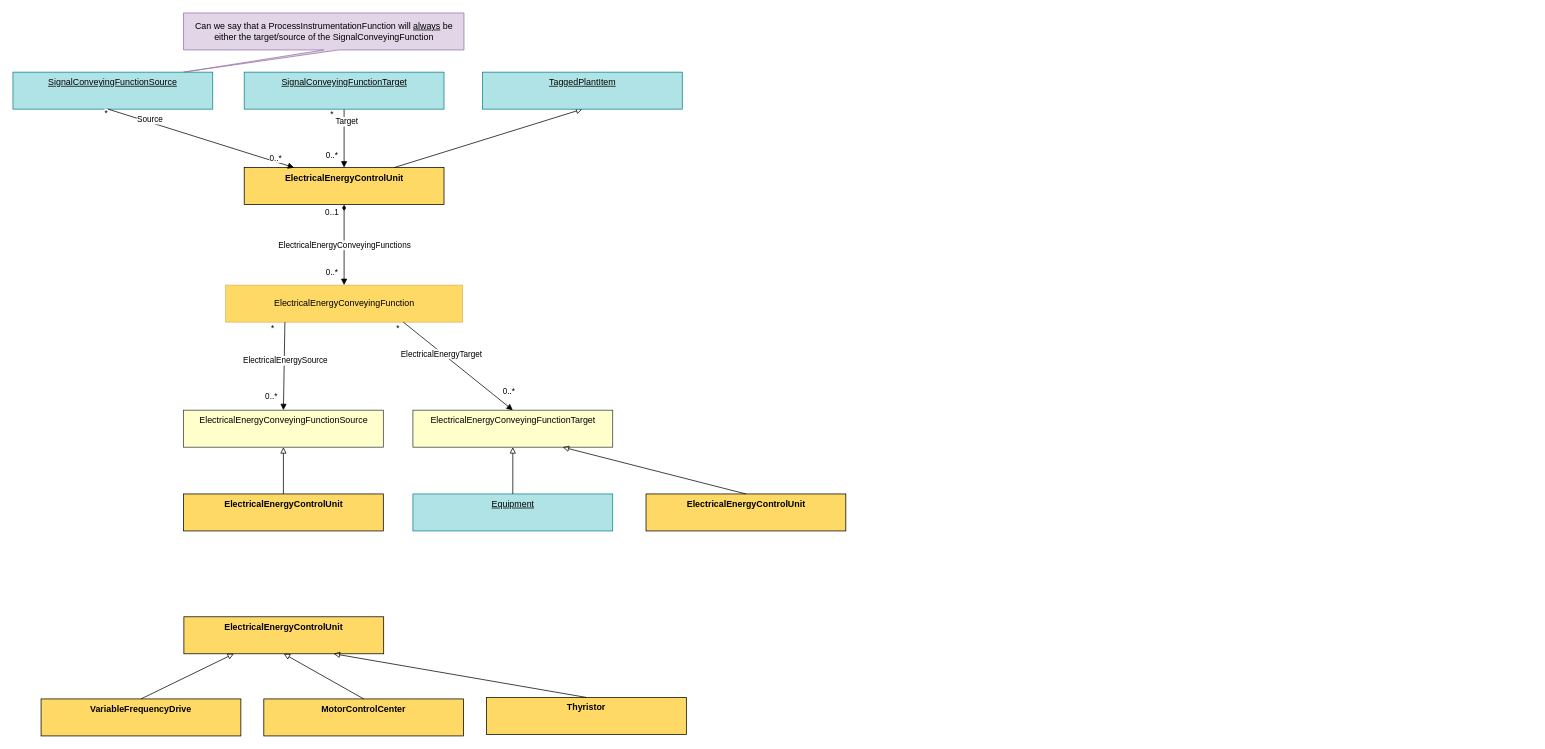
This is page "PowerConveyingFunction" (2 of 2) of ContinuationProject/ContentTeam/ElectricalLineType.drawio from ToniaPedersen/DISCDEXPI, a draw.io file, before an edit. Source tidied: cells renumbered, new cells numbered last; positions are measured from the earlier drawing's top-left corner, leaving out a move shared by most shapes. Both pictures are drawn from the tidied source at 74%, with x=0, y=0 at pixel (13, 13).
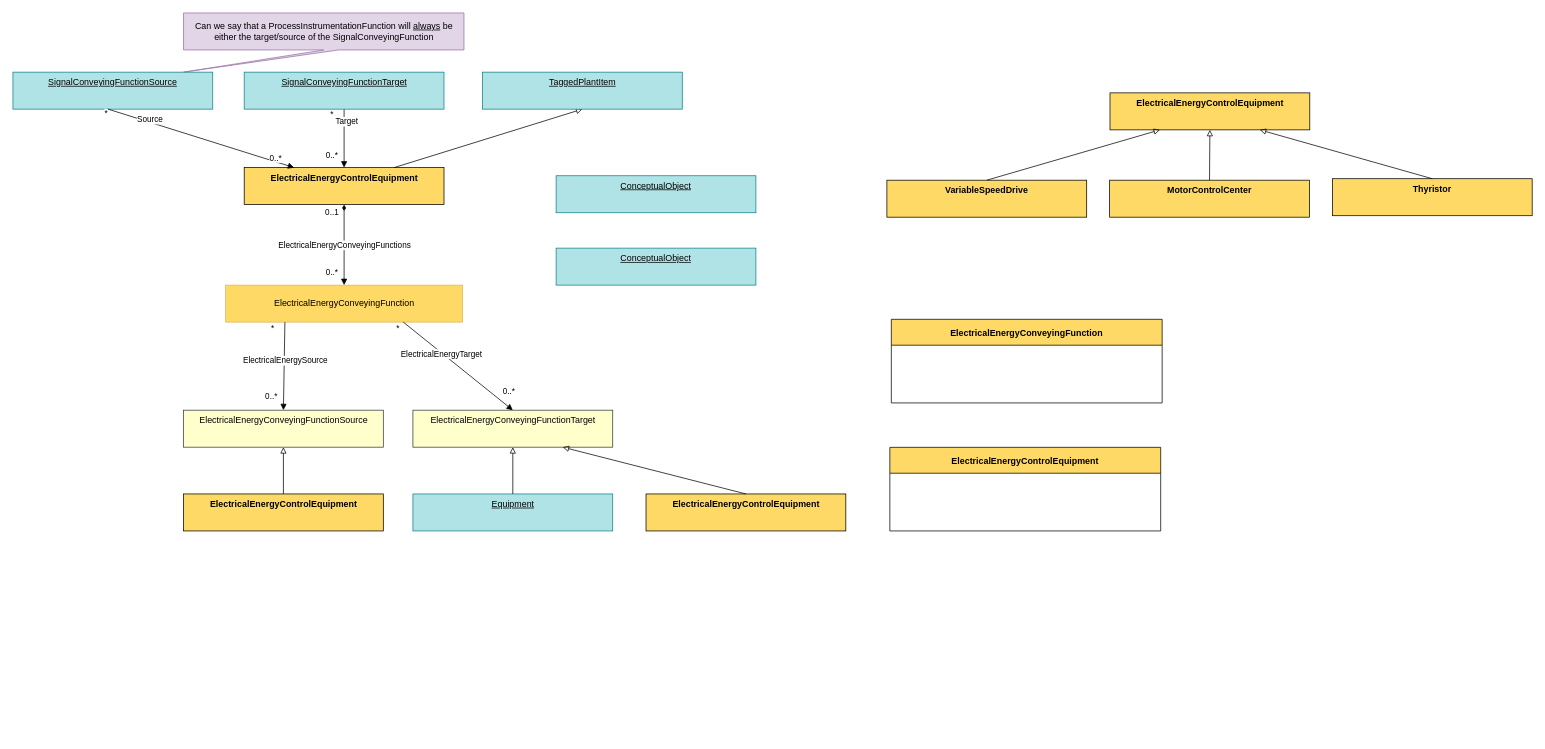
The same diagram, later.

The edit, as a diff of the source:
```diff
@@
-    <mxCell id="6" value="&lt;strong&gt;ElectricalEnergyControlUnit&lt;/strong&gt;" style="rounded=0;whiteSpace=wrap;html=1;fillColor=#FFD966;strokeColor=#000000;verticalAlign=top;" parent="1" vertex="1">
+    <mxCell id="6" value="&lt;strong style=&quot;border-color: var(--border-color);&quot;&gt;ElectricalEnergyControlEquipment&lt;/strong&gt;" style="rounded=0;whiteSpace=wrap;html=1;fillColor=#FFD966;strokeColor=#000000;verticalAlign=top;" parent="1" vertex="1">
       <mxGeometry x="312.5" y="209" width="270" height="50" as="geometry" />
     </mxCell>
@@
-    <mxCell id="19" value="&lt;strong style=&quot;border-color: var(--border-color);&quot;&gt;ElectricalEnergyControlUnit&lt;/strong&gt;" style="rounded=0;whiteSpace=wrap;html=1;fillColor=#FFD966;strokeColor=#000000;verticalAlign=top;" parent="1" vertex="1">
+    <mxCell id="19" value="&lt;strong style=&quot;border-color: var(--border-color);&quot;&gt;ElectricalEnergyControlEquipment&lt;/strong&gt;" style="rounded=0;whiteSpace=wrap;html=1;fillColor=#FFD966;strokeColor=#000000;verticalAlign=top;" parent="1" vertex="1">
       <mxGeometry x="230.5" y="650" width="270" height="50" as="geometry" />
     </mxCell>
@@
-    <mxCell id="23" value="&lt;strong style=&quot;border-color: var(--border-color);&quot;&gt;ElectricalEnergyControlUnit&lt;/strong&gt;" style="rounded=0;whiteSpace=wrap;html=1;fillColor=#FFD966;strokeColor=#000000;verticalAlign=top;" parent="1" vertex="1">
+    <mxCell id="23" value="&lt;strong style=&quot;border-color: var(--border-color);&quot;&gt;ElectricalEnergyControlEquipment&lt;/strong&gt;" style="rounded=0;whiteSpace=wrap;html=1;fillColor=#FFD966;strokeColor=#000000;verticalAlign=top;" parent="1" vertex="1">
       <mxGeometry x="855.5" y="650" width="270" height="50" as="geometry" />
     </mxCell>
@@
-    <mxCell id="25" value="&lt;strong style=&quot;border-color: var(--border-color);&quot;&gt;ElectricalEnergyControlUnit&lt;/strong&gt;" style="rounded=0;whiteSpace=wrap;html=1;fillColor=#FFD966;strokeColor=#000000;verticalAlign=top;" parent="1" vertex="1">
-      <mxGeometry x="231" y="816" width="270" height="50" as="geometry" />
+    <mxCell id="25" value="&lt;strong style=&quot;border-color: var(--border-color);&quot;&gt;ElectricalEnergyControlEquipment&lt;/strong&gt;" style="rounded=0;whiteSpace=wrap;html=1;fillColor=#FFD966;strokeColor=#000000;verticalAlign=top;" parent="1" vertex="1">
+      <mxGeometry x="1482.5" y="108" width="270" height="50" as="geometry" />
     </mxCell>
-    <mxCell id="26" value="&lt;strong style=&quot;border-color: var(--border-color);&quot;&gt;VariableFrequencyDrive&lt;/strong&gt;" style="rounded=0;whiteSpace=wrap;html=1;fillColor=#FFD966;strokeColor=#000000;verticalAlign=top;" parent="1" vertex="1">
-      <mxGeometry x="38" y="927" width="270" height="50" as="geometry" />
+    <mxCell id="26" value="&lt;strong style=&quot;border-color: var(--border-color);&quot;&gt;VariableSpeedDrive&lt;/strong&gt;" style="rounded=0;whiteSpace=wrap;html=1;fillColor=#FFD966;strokeColor=#000000;verticalAlign=top;" parent="1" vertex="1">
+      <mxGeometry x="1181" y="226" width="270" height="50" as="geometry" />
     </mxCell>
@@
     <mxCell id="28" value="&lt;strong style=&quot;border-color: var(--border-color);&quot;&gt;MotorControlCenter&lt;/strong&gt;" style="rounded=0;whiteSpace=wrap;html=1;fillColor=#FFD966;strokeColor=#000000;verticalAlign=top;" parent="1" vertex="1">
-      <mxGeometry x="339" y="927" width="270" height="50" as="geometry" />
+      <mxGeometry x="1482" y="226" width="270" height="50" as="geometry" />
     </mxCell>
@@
     <mxCell id="30" value="&lt;strong style=&quot;border-color: var(--border-color);&quot;&gt;Thyristor&lt;/strong&gt;" style="rounded=0;whiteSpace=wrap;html=1;fillColor=#FFD966;strokeColor=#000000;verticalAlign=top;" parent="1" vertex="1">
-      <mxGeometry x="640" y="925" width="270" height="50" as="geometry" />
+      <mxGeometry x="1783" y="224" width="270" height="50" as="geometry" />
     </mxCell>
@@
+    <mxCell id="39" value="ElectricalEnergyConveyingFunction" style="swimlane;fontStyle=1;horizontal=1;startSize=35;fillColor=#FFD966;" parent="1" vertex="1">
+      <mxGeometry x="1187" y="414" width="366" height="113" as="geometry" />
+    </mxCell>
+    <mxCell id="40" value=" " style="text;strokeColor=none;fillColor=none;align=left;verticalAlign=top;spacingLeft=4;spacingRight=4;overflow=hidden;" parent="39" vertex="1">
+      <mxGeometry y="35" width="366" height="26" as="geometry" />
+    </mxCell>
+    <mxCell id="41" value=" " style="text;strokeColor=none;fillColor=none;align=left;verticalAlign=top;spacingLeft=4;spacingRight=4;overflow=hidden;" parent="39" vertex="1">
+      <mxGeometry y="61" width="366" height="26" as="geometry" />
+    </mxCell>
+    <mxCell id="42" value=" " style="text;strokeColor=none;fillColor=none;align=left;verticalAlign=top;spacingLeft=4;spacingRight=4;overflow=hidden;" parent="39" vertex="1">
+      <mxGeometry y="87" width="366" height="26" as="geometry" />
+    </mxCell>
+    <mxCell id="43" value="ElectricalEnergyControlEquipment" style="swimlane;fontStyle=1;horizontal=1;startSize=35;fillColor=#FFD966;" parent="1" vertex="1">
+      <mxGeometry x="1185" y="587" width="366" height="113" as="geometry" />
+    </mxCell>
+    <mxCell id="44" value=" " style="text;strokeColor=none;fillColor=none;align=left;verticalAlign=top;spacingLeft=4;spacingRight=4;overflow=hidden;" parent="43" vertex="1">
+      <mxGeometry y="35" width="366" height="26" as="geometry" />
+    </mxCell>
+    <mxCell id="45" value=" " style="text;strokeColor=none;fillColor=none;align=left;verticalAlign=top;spacingLeft=4;spacingRight=4;overflow=hidden;" parent="43" vertex="1">
+      <mxGeometry y="61" width="366" height="26" as="geometry" />
+    </mxCell>
+    <mxCell id="46" value=" " style="text;strokeColor=none;fillColor=none;align=left;verticalAlign=top;spacingLeft=4;spacingRight=4;overflow=hidden;" parent="43" vertex="1">
+      <mxGeometry y="87" width="366" height="26" as="geometry" />
+    </mxCell>
+    <mxCell id="47" value="&lt;u&gt;ConceptualObject&lt;/u&gt;" style="rounded=0;whiteSpace=wrap;html=1;fillColor=#b0e3e6;strokeColor=#0e8088;verticalAlign=top;" parent="1" vertex="1">
+      <mxGeometry x="734" y="220" width="270" height="50" as="geometry" />
+    </mxCell>
+    <mxCell id="48" value="&lt;u&gt;ConceptualObject&lt;/u&gt;" style="rounded=0;whiteSpace=wrap;html=1;fillColor=#b0e3e6;strokeColor=#0e8088;verticalAlign=top;" parent="1" vertex="1">
+      <mxGeometry x="734" y="317.8" width="270" height="50" as="geometry" />
+    </mxCell>
```
